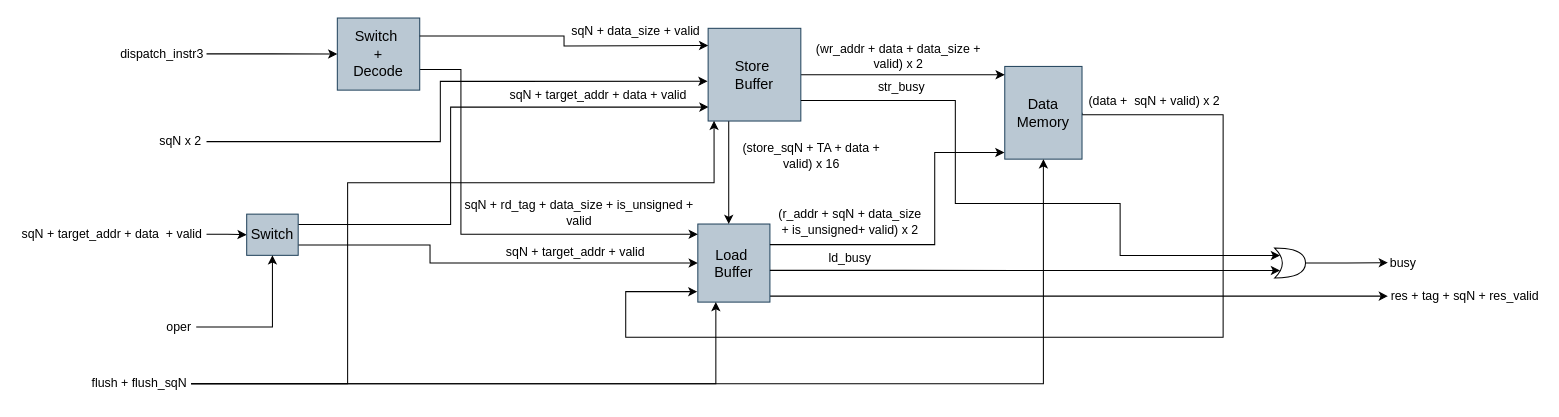
This is page "LSU" (4 of 6) of docs/OoO_SS.drawio from Muhammad-Furrukh/FYP, a draw.io file, before an edit. Source tidied: cells renumbered, new cells numbered last; positions are measured from the earlier drawing's top-left corner, leaving out a move shared by most shapes. Both pictures are drawn from the tidied source at 103%, with x=0, y=0 at pixel (18, 18).
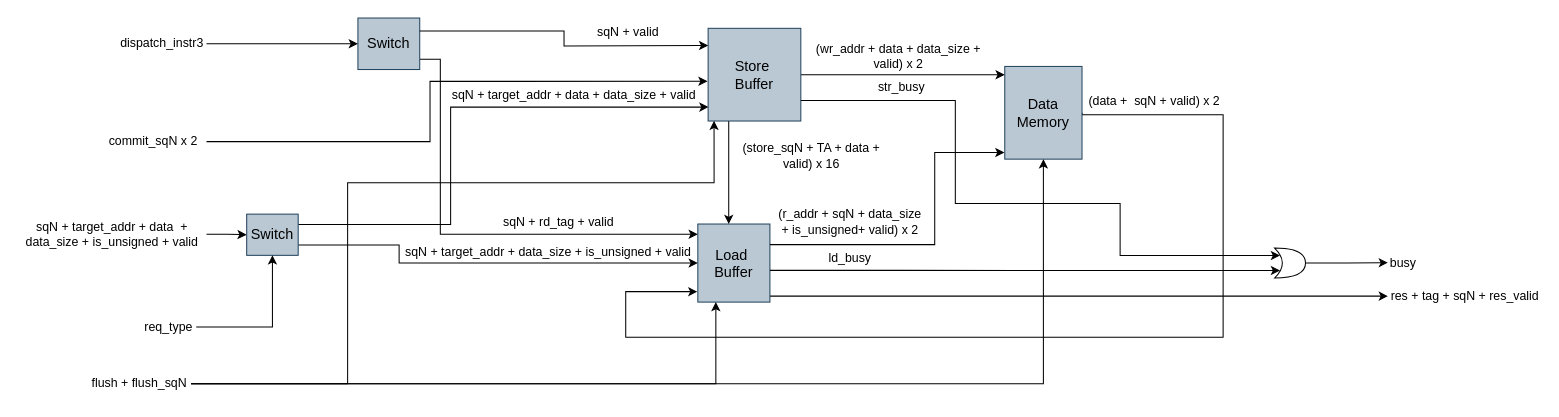
The same page after the edit.

Commit message (it also covers changes not shown here):
Moved oper decode logic from lsu to agu in diagram.

Unchanged cells that the change refers to:
```xml
<mxCell id="8" value="&lt;span style=&quot;font-size: 14px;&quot;&gt;Load&amp;nbsp; Buffer&lt;/span&gt;" style="rounded=0;whiteSpace=wrap;html=1;fillColor=#bac8d3;strokeColor=#23445d;" parent="1" vertex="1">
  <mxGeometry x="660" y="200" width="70" height="75.8" as="geometry" />
</mxCell>
<mxCell id="13" value="&lt;span style=&quot;font-size: 14px;&quot;&gt;Store&amp;nbsp;&lt;/span&gt;&lt;div&gt;&lt;span style=&quot;font-size: 14px;&quot;&gt;Buffer&lt;/span&gt;&lt;/div&gt;" style="rounded=0;whiteSpace=wrap;html=1;fillColor=#bac8d3;strokeColor=#23445d;" parent="1" vertex="1">
  <mxGeometry x="670" y="10" width="90" height="90" as="geometry" />
</mxCell>
<mxCell id="39" value="&lt;span style=&quot;font-size: 14px;&quot;&gt;Switch&lt;/span&gt;" style="rounded=0;whiteSpace=wrap;html=1;fillColor=#bac8d3;strokeColor=#23445d;" parent="1" vertex="1">
  <mxGeometry x="222" y="190.4" width="50" height="40" as="geometry" />
</mxCell>
```

What changed in the source:
```diff
@@
     <mxCell id="2" style="edgeStyle=orthogonalEdgeStyle;rounded=0;jettySize=auto;html=1;entryX=0;entryY=0.5;entryDx=0;entryDy=0;exitX=1;exitY=0.75;exitDx=0;exitDy=0;" parent="1" edge="1" source="39" target="8">
       <mxGeometry relative="1" as="geometry">
         <Array as="points">
-          <mxPoint x="400" y="220" />
-          <mxPoint x="400" y="238" />
+          <mxPoint x="370" y="220" />
+          <mxPoint x="370" y="238" />
         </Array>
       </mxGeometry>
     </mxCell>
@@
-    <mxCell id="9" value="sqN + data_size + valid" style="text;html=1;align=center;verticalAlign=middle;whiteSpace=wrap;rounded=0;" parent="1" vertex="1">
-      <mxGeometry x="530" y="6.2" width="140" height="13.8" as="geometry" />
+    <mxCell id="9" value="sqN + valid" style="text;html=1;align=center;verticalAlign=middle;whiteSpace=wrap;rounded=0;" parent="1" vertex="1">
+      <mxGeometry x="560" y="7.2" width="65" height="13.8" as="geometry" />
     </mxCell>
-    <mxCell id="10" value="sqN x 2" style="text;html=1;align=center;verticalAlign=middle;whiteSpace=wrap;rounded=0;rotation=0;" parent="1" vertex="1">
-      <mxGeometry x="133" y="110" width="50" height="20" as="geometry" />
+    <mxCell id="10" value="commit_sqN x 2" style="text;html=1;align=center;verticalAlign=middle;whiteSpace=wrap;rounded=0;rotation=0;" parent="1" vertex="1">
+      <mxGeometry x="80" y="110" width="103" height="20" as="geometry" />
     </mxCell>
@@
     <mxCell id="14" style="edgeStyle=orthogonalEdgeStyle;rounded=0;jettySize=auto;html=1;" parent="1" edge="1" source="15">
       <mxGeometry relative="1" as="geometry">
         <mxPoint x="660" y="210" as="targetPoint" />
         <Array as="points">
-          <mxPoint x="430" y="50" />
-          <mxPoint x="430" y="210" />
+          <mxPoint x="410" y="40" />
+          <mxPoint x="410" y="210" />
         </Array>
       </mxGeometry>
     </mxCell>
-    <mxCell id="15" value="&lt;span style=&quot;font-size: 14px;&quot;&gt;Switch&amp;nbsp;&lt;/span&gt;&lt;div&gt;&lt;span style=&quot;font-size: 14px;&quot;&gt;+&lt;/span&gt;&lt;div&gt;&lt;span style=&quot;font-size: 14px;&quot;&gt;Decode&lt;/span&gt;&lt;/div&gt;&lt;/div&gt;" style="rounded=0;whiteSpace=wrap;html=1;fillColor=#bac8d3;strokeColor=#23445d;" parent="1" vertex="1">
-      <mxGeometry x="310" width="80" height="70" as="geometry" />
+    <mxCell id="15" value="&lt;span style=&quot;font-size: 14px;&quot;&gt;Switch&lt;/span&gt;" style="rounded=0;whiteSpace=wrap;html=1;fillColor=#bac8d3;strokeColor=#23445d;" parent="1" vertex="1">
+      <mxGeometry x="330" width="60" height="50" as="geometry" />
     </mxCell>
@@
     <mxCell id="17" value="dispatch_instr3" style="text;html=1;align=center;verticalAlign=middle;whiteSpace=wrap;rounded=0;" parent="1" vertex="1">
-      <mxGeometry x="97" y="25.8" width="86" height="18" as="geometry" />
+      <mxGeometry x="97" y="16" width="86" height="18" as="geometry" />
     </mxCell>
@@
-    <mxCell id="23" value="sqN + rd_tag + data_size + is_unsigned + valid" style="text;html=1;align=center;verticalAlign=middle;whiteSpace=wrap;rounded=0;" parent="1" vertex="1">
-      <mxGeometry x="430" y="171" width="230" height="35.1" as="geometry" />
+    <mxCell id="23" value="sqN + rd_tag + valid" style="text;html=1;align=center;verticalAlign=middle;whiteSpace=wrap;rounded=0;" parent="1" vertex="1">
+      <mxGeometry x="470" y="185.2" width="110" height="26.1" as="geometry" />
     </mxCell>
     <mxCell id="24" style="edgeStyle=orthogonalEdgeStyle;rounded=0;jettySize=auto;html=1;entryX=-0.006;entryY=0.572;entryDx=0;entryDy=0;entryPerimeter=0;" parent="1" edge="1" source="10" target="13">
       <mxGeometry relative="1" as="geometry">
         <Array as="points">
-          <mxPoint x="410" y="120" />
-          <mxPoint x="410" y="61" />
-          <mxPoint x="670" y="61" />
+          <mxPoint x="400" y="120" />
+          <mxPoint x="400" y="61" />
+          <mxPoint x="669" y="61" />
         </Array>
       </mxGeometry>
     </mxCell>
@@
-    <mxCell id="38" value="sqN + target_addr + data&amp;nbsp; + valid" style="text;html=1;align=center;verticalAlign=middle;whiteSpace=wrap;rounded=0;" parent="1" vertex="1">
-      <mxGeometry y="200" width="183" height="20" as="geometry" />
+    <mxCell id="38" value="sqN + target_addr + data&amp;nbsp; + data_size + is_unsigned + valid" style="text;html=1;align=center;verticalAlign=middle;whiteSpace=wrap;rounded=0;" parent="1" vertex="1">
+      <mxGeometry y="190" width="183" height="40" as="geometry" />
     </mxCell>
@@
-    <mxCell id="41" value="oper" style="text;html=1;align=center;verticalAlign=middle;whiteSpace=wrap;rounded=0;" parent="1" vertex="1">
-      <mxGeometry x="140" y="284.9" width="33" height="30" as="geometry" />
+    <mxCell id="41" value="req_type" style="text;html=1;align=center;verticalAlign=middle;whiteSpace=wrap;rounded=0;" parent="1" vertex="1">
+      <mxGeometry x="120" y="284.9" width="53" height="30" as="geometry" />
     </mxCell>
-    <mxCell id="42" value="sqN + target_addr + valid" style="text;html=1;align=center;verticalAlign=middle;whiteSpace=wrap;rounded=0;" parent="1" vertex="1">
-      <mxGeometry x="470" y="220" width="143" height="16.7" as="geometry" />
+    <mxCell id="42" value="sqN + target_addr + data_size + is_unsigned + valid" style="text;html=1;align=center;verticalAlign=middle;whiteSpace=wrap;rounded=0;" parent="1" vertex="1">
+      <mxGeometry x="370" y="220" width="290" height="16.7" as="geometry" />
     </mxCell>
-    <mxCell id="43" value="sqN + target_addr + data + valid" style="text;html=1;align=center;verticalAlign=middle;whiteSpace=wrap;rounded=0;" parent="1" vertex="1">
-      <mxGeometry x="470" y="70" width="187" height="10" as="geometry" />
+    <mxCell id="43" value="sqN + target_addr + data + data_size + valid" style="text;html=1;align=center;verticalAlign=middle;whiteSpace=wrap;rounded=0;" parent="1" vertex="1">
+      <mxGeometry x="420" y="70" width="240" height="10" as="geometry" />
     </mxCell>
```
